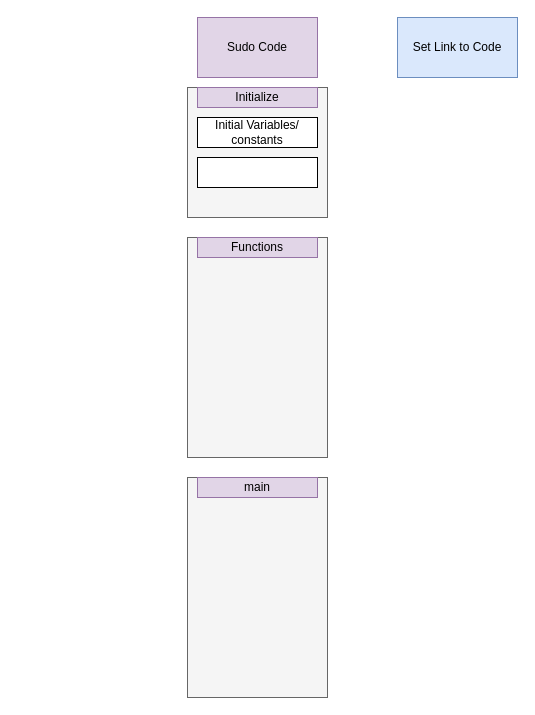
Earlier version of the draw.io diagram page "Sudo Code" (2 of 5) of Self_Driving_Truck.drawio (usernamesareusless/Truck). Source tidied: cells renumbered, new cells numbered last; positions are measured from the earlier drawing's top-left corner, leaving out a move shared by most shapes. Both pictures are drawn from the tidied source at 100%, with x=0, y=0 at pixel (187, 17).
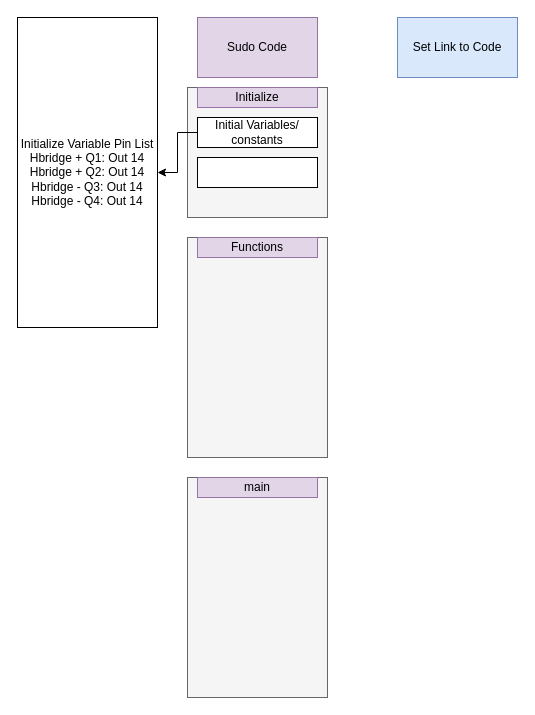
After the change.

Change to the diagram source:
```diff
@@
 <mxGraphModel>
   <root>
     <mxCell id="0" />
     <mxCell id="1" parent="0" />
     <mxCell id="2" value="Sudo Code" style="rounded=0;whiteSpace=wrap;html=1;fillColor=#e1d5e7;strokeColor=#9673a6;" parent="1" vertex="1">
       <mxGeometry x="10" width="120" height="60" as="geometry" />
     </mxCell>
     <mxCell id="3" style="rounded=0;whiteSpace=wrap;html=1;fillColor=#f5f5f5;fontColor=#333333;strokeColor=#666666;" parent="1" vertex="1">
       <mxGeometry y="220" width="140" height="220" as="geometry" />
     </mxCell>
     <mxCell id="4" value="Functions" style="rounded=0;whiteSpace=wrap;html=1;fillColor=#e1d5e7;strokeColor=#9673a6;" parent="1" vertex="1">
       <mxGeometry x="10" y="220" width="120" height="20" as="geometry" />
     </mxCell>
     <mxCell id="5" style="rounded=0;whiteSpace=wrap;html=1;fillColor=#f5f5f5;fontColor=#333333;strokeColor=#666666;" parent="1" vertex="1">
       <mxGeometry y="460" width="140" height="220" as="geometry" />
     </mxCell>
     <mxCell id="6" value="main" style="rounded=0;whiteSpace=wrap;html=1;fillColor=#e1d5e7;strokeColor=#9673a6;" parent="1" vertex="1">
       <mxGeometry x="10" y="460" width="120" height="20" as="geometry" />
     </mxCell>
     <mxCell id="7" style="rounded=0;whiteSpace=wrap;html=1;fillColor=#f5f5f5;fontColor=#333333;strokeColor=#666666;" parent="1" vertex="1">
       <mxGeometry y="70" width="140" height="130" as="geometry" />
     </mxCell>
     <mxCell id="8" value="Initialize" style="rounded=0;whiteSpace=wrap;html=1;fillColor=#e1d5e7;strokeColor=#9673a6;" parent="1" vertex="1">
       <mxGeometry x="10" y="70" width="120" height="20" as="geometry" />
     </mxCell>
+    <mxCell id="12" style="edgeStyle=orthogonalEdgeStyle;rounded=0;jettySize=auto;html=1;entryX=1;entryY=0.5;entryDx=0;entryDy=0;" parent="1" edge="1" source="9" target="13">
+      <mxGeometry relative="1" as="geometry" />
+    </mxCell>
     <mxCell id="9" value="Initial Variables/ constants" style="rounded=0;whiteSpace=wrap;html=1;" parent="1" vertex="1">
       <mxGeometry x="10" y="100" width="120" height="30" as="geometry" />
     </mxCell>
     <mxCell id="10" style="rounded=0;whiteSpace=wrap;html=1;" parent="1" vertex="1">
       <mxGeometry x="10" y="140" width="120" height="30" as="geometry" />
     </mxCell>
     <mxCell id="11" value="Set Link to Code" style="rounded=0;whiteSpace=wrap;html=1;fillColor=#dae8fc;strokeColor=#6c8ebf;" parent="1" vertex="1">
       <mxGeometry x="210" width="120" height="60" as="geometry" />
     </mxCell>
+    <mxCell id="13" value="Initialize Variable Pin List&lt;br&gt;Hbridge + Q1: Out 14&lt;br&gt;Hbridge + Q2: Out 14&lt;br&gt;Hbridge - Q3: Out 14&lt;br&gt;Hbridge - Q4: Out 14" style="rounded=0;whiteSpace=wrap;html=1;" parent="1" vertex="1">
+      <mxGeometry x="-170" width="140" height="310" as="geometry" />
+    </mxCell>
   </root>
 </mxGraphModel>
```
